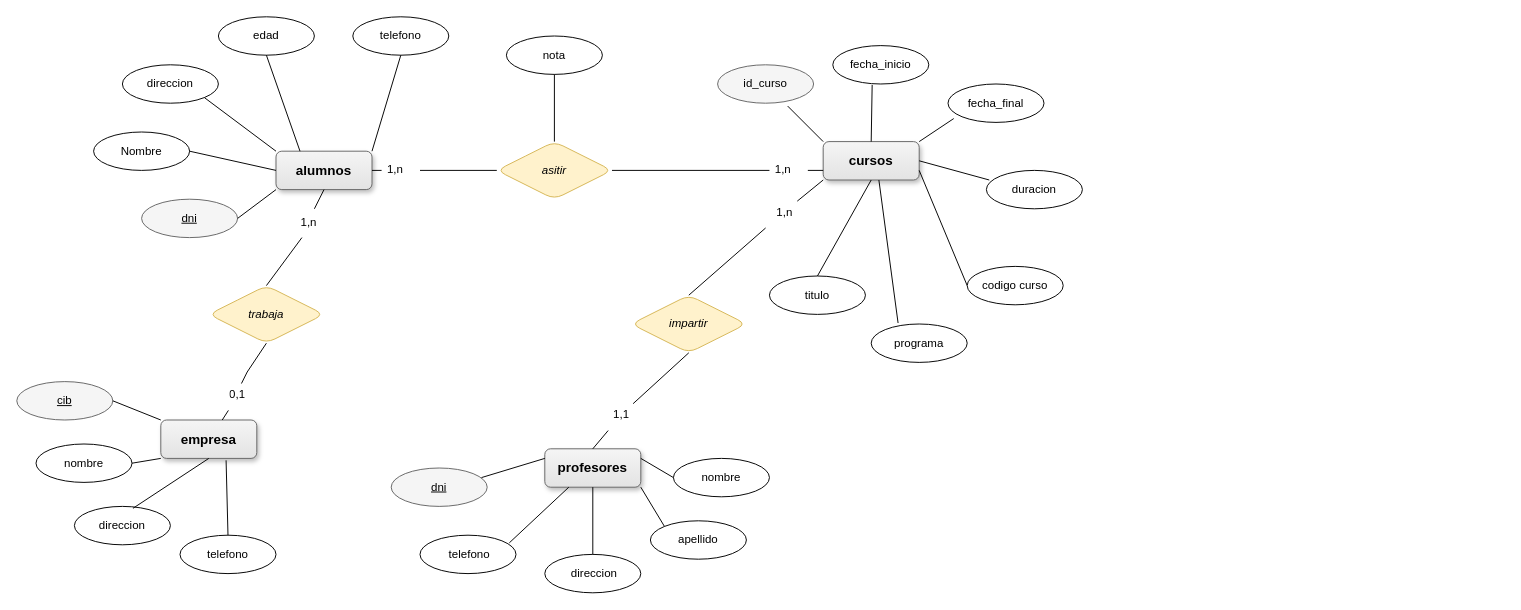
The draw.io diagram Actividad_02_C3_UD12.drawio in jordimall/jmg-tsys-ta12diagramasER-drawio-111023, before the edit. Source tidied: cells renumbered, new cells numbered last; positions are measured from the earlier drawing's top-left corner, leaving out a move shared by most shapes. Both pictures are drawn from the tidied source at 96%, with x=0, y=0 at pixel (16, 16).
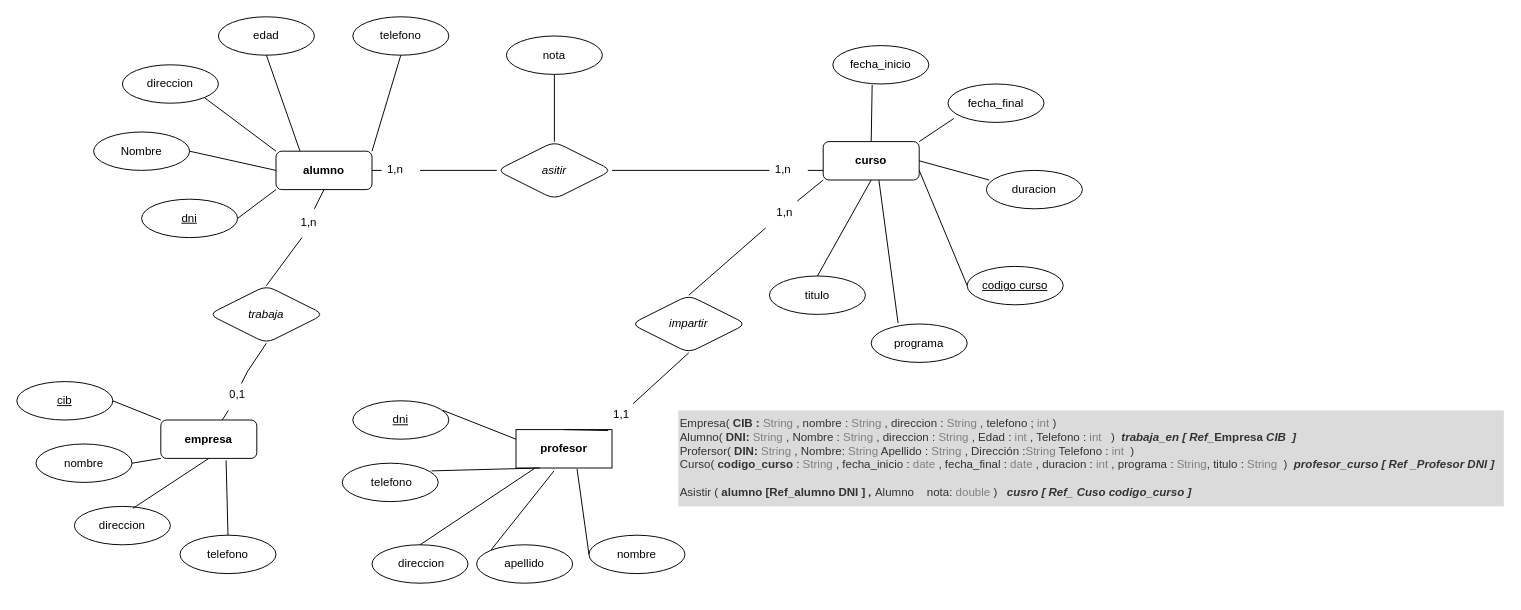
Above is the later version.

Commit message:
Se añade modelo relacional.drawio

Diff of the diagram source:
```diff
@@
-    <mxCell id="2" value="cursos" style="whiteSpace=wrap;html=1;align=center;labelBorderColor=none;rounded=1;shadow=1;fontSize=14;fontStyle=1;fillColor=#f5f5f5;gradientColor=#e3e3e3;strokeColor=#666666;" parent="1" vertex="1">
+    <mxCell id="2" value="curso" style="whiteSpace=wrap;html=1;align=center;labelBorderColor=none;rounded=1;shadow=0;fontSize=12;fontStyle=1;fillColor=none;" parent="1" vertex="1">
       <mxGeometry x="840" y="130" width="100" height="40" as="geometry" />
     </mxCell>
-    <mxCell id="3" value="alumnos" style="whiteSpace=wrap;html=1;align=center;labelBorderColor=none;rounded=1;shadow=1;fontSize=14;fontStyle=1;fillColor=#f5f5f5;gradientColor=#e3e3e3;strokeColor=#666666;" parent="1" vertex="1">
+    <mxCell id="3" value="alumno" style="whiteSpace=wrap;html=1;align=center;labelBorderColor=none;rounded=1;shadow=0;fontSize=12;fontStyle=1;fillColor=none;" parent="1" vertex="1">
       <mxGeometry x="270" y="140" width="100" height="40" as="geometry" />
     </mxCell>
-    <mxCell id="4" value="empresa" style="whiteSpace=wrap;html=1;align=center;labelBorderColor=none;rounded=1;shadow=1;fontSize=14;fontStyle=1;fillColor=#f5f5f5;gradientColor=#e3e3e3;strokeColor=#666666;" parent="1" vertex="1">
+    <mxCell id="4" value="empresa" style="whiteSpace=wrap;html=1;align=center;labelBorderColor=none;rounded=1;shadow=0;fontSize=12;fontStyle=1;fillColor=none;" parent="1" vertex="1">
       <mxGeometry x="150" y="420" width="100" height="40" as="geometry" />
     </mxCell>
-    <mxCell id="5" value="profesores" style="whiteSpace=wrap;html=1;align=center;labelBorderColor=none;rounded=1;shadow=1;fontSize=14;fontStyle=1;fillColor=#f5f5f5;gradientColor=#e3e3e3;strokeColor=#666666;" parent="1" vertex="1">
-      <mxGeometry x="550" y="450" width="100" height="40" as="geometry" />
+    <mxCell id="5" value="profesor" style="whiteSpace=wrap;html=1;align=center;labelBorderColor=none;rounded=0;shadow=0;fontSize=12;fontStyle=1;fillColor=none;" parent="1" vertex="1">
+      <mxGeometry x="520" y="430" width="100" height="40" as="geometry" />
     </mxCell>
@@
-    <mxCell id="7" value="dni" style="ellipse;whiteSpace=wrap;html=1;align=center;fontStyle=4;fillColor=#f5f5f5;strokeColor=#666666;" parent="1" vertex="1">
+    <mxCell id="7" value="dni" style="ellipse;whiteSpace=wrap;html=1;align=center;fontStyle=4;fillColor=none;shadow=0;" parent="1" vertex="1">
       <mxGeometry x="130" y="190" width="100" height="40" as="geometry" />
     </mxCell>
@@
-    <mxCell id="12" value="cib" style="ellipse;whiteSpace=wrap;html=1;align=center;fontStyle=4;fillColor=#f5f5f5;strokeColor=#666666;" parent="1" vertex="1">
+    <mxCell id="12" value="cib" style="ellipse;whiteSpace=wrap;html=1;align=center;fontStyle=4;fillColor=none;shadow=0;" parent="1" vertex="1">
       <mxGeometry y="380" width="100" height="40" as="geometry" />
     </mxCell>
@@
-    <mxCell id="16" value="dni" style="ellipse;whiteSpace=wrap;html=1;align=center;fontStyle=4;fillColor=#f5f5f5;strokeColor=#666666;" parent="1" vertex="1">
-      <mxGeometry x="390" y="470" width="100" height="40" as="geometry" />
+    <mxCell id="16" value="dni" style="ellipse;whiteSpace=wrap;html=1;align=center;fontStyle=4;fillColor=none;shadow=0;" parent="1" vertex="1">
+      <mxGeometry x="350" y="400" width="100" height="40" as="geometry" />
     </mxCell>
@@
-    <mxCell id="19" value="nombre" style="ellipse;whiteSpace=wrap;html=1;align=center;" parent="1" vertex="1">
-      <mxGeometry x="684" y="460" width="100" height="40" as="geometry" />
+    <mxCell id="19" value="nombre" style="ellipse;whiteSpace=wrap;html=1;align=center;fillColor=none;shadow=0;" parent="1" vertex="1">
+      <mxGeometry x="596" y="540" width="100" height="40" as="geometry" />
     </mxCell>
-    <mxCell id="20" value="apellido" style="ellipse;whiteSpace=wrap;html=1;align=center;" parent="1" vertex="1">
-      <mxGeometry x="660" y="525" width="100" height="40" as="geometry" />
+    <mxCell id="20" value="apellido" style="ellipse;whiteSpace=wrap;html=1;align=center;fillColor=none;shadow=0;" parent="1" vertex="1">
+      <mxGeometry x="479" y="550" width="100" height="40" as="geometry" />
     </mxCell>
-    <mxCell id="21" value="&amp;nbsp;direccion" style="ellipse;whiteSpace=wrap;html=1;align=center;" parent="1" vertex="1">
-      <mxGeometry x="550" y="560" width="100" height="40" as="geometry" />
+    <mxCell id="21" value="&amp;nbsp;direccion" style="ellipse;whiteSpace=wrap;html=1;align=center;fillColor=none;shadow=0;" parent="1" vertex="1">
+      <mxGeometry x="370" y="550" width="100" height="40" as="geometry" />
     </mxCell>
-    <mxCell id="22" value="&amp;nbsp;telefono" style="ellipse;whiteSpace=wrap;html=1;align=center;" parent="1" vertex="1">
-      <mxGeometry x="420" y="540" width="100" height="40" as="geometry" />
+    <mxCell id="22" value="&amp;nbsp;telefono" style="ellipse;whiteSpace=wrap;html=1;align=center;fillColor=none;shadow=0;" parent="1" vertex="1">
+      <mxGeometry x="339" y="465" width="100" height="40" as="geometry" />
     </mxCell>
-    <mxCell id="23" value="asitir" style="shape=rhombus;perimeter=rhombusPerimeter;whiteSpace=wrap;html=1;align=center;fillColor=#fff2cc;strokeColor=#d6b656;rounded=1;fontStyle=2;" parent="1" vertex="1">
+    <mxCell id="23" value="asitir" style="shape=rhombus;perimeter=rhombusPerimeter;whiteSpace=wrap;html=1;align=center;rounded=1;fontStyle=2;fillColor=none;shadow=0;" parent="1" vertex="1">
       <mxGeometry x="500" y="130" width="120" height="60" as="geometry" />
     </mxCell>
@@
-    <mxCell id="28" value="id_curso" style="ellipse;whiteSpace=wrap;html=1;align=center;fillColor=#f5f5f5;strokeColor=#666666;" parent="1" vertex="1">
-      <mxGeometry x="730" y="50" width="100" height="40" as="geometry" />
-    </mxCell>
-    <mxCell id="29" value="impartir" style="shape=rhombus;perimeter=rhombusPerimeter;whiteSpace=wrap;html=1;align=center;fillColor=#fff2cc;strokeColor=#d6b656;rounded=1;fontStyle=2;" parent="1" vertex="1">
+    <mxCell id="29" value="impartir" style="shape=rhombus;perimeter=rhombusPerimeter;whiteSpace=wrap;html=1;align=center;rounded=1;fontStyle=2;fillColor=none;shadow=0;" parent="1" vertex="1">
       <mxGeometry x="640" y="290" width="120" height="60" as="geometry" />
     </mxCell>
@@
-    <mxCell id="37" style="endArrow=none;html=1;rounded=0;entryX=0;entryY=0;entryDx=0;entryDy=0;exitX=1;exitY=1;exitDx=0;exitDy=0;" parent="1" edge="1" source="5" target="20">
+    <mxCell id="37" style="endArrow=none;html=1;rounded=0;entryX=0;entryY=0;entryDx=0;entryDy=0;exitX=0.396;exitY=1.075;exitDx=0;exitDy=0;exitPerimeter=0;" parent="1" edge="1" source="5" target="20">
       <mxGeometry relative="1" as="geometry" />
     </mxCell>
-    <mxCell id="38" style="endArrow=none;html=1;rounded=0;exitX=1;exitY=0.25;exitDx=0;exitDy=0;entryX=0;entryY=0.5;entryDx=0;entryDy=0;" parent="1" edge="1" source="5" target="19">
+    <mxCell id="38" style="endArrow=none;html=1;rounded=0;exitX=0.636;exitY=1.025;exitDx=0;exitDy=0;entryX=0;entryY=0.5;entryDx=0;entryDy=0;exitPerimeter=0;" parent="1" edge="1" source="5" target="19">
       <mxGeometry relative="1" as="geometry" />
     </mxCell>
@@
-    <mxCell id="43" style="endArrow=none;html=1;rounded=0;entryX=0;entryY=0;entryDx=0;entryDy=0;exitX=0.73;exitY=1.075;exitDx=0;exitDy=0;exitPerimeter=0;" parent="1" edge="1" source="28" target="2">
-      <mxGeometry relative="1" as="geometry" />
-    </mxCell>
@@
-    <mxCell id="55" value="trabaja" style="shape=rhombus;perimeter=rhombusPerimeter;whiteSpace=wrap;html=1;align=center;fillColor=#fff2cc;strokeColor=#d6b656;rounded=1;fontStyle=2;" parent="1" vertex="1">
+    <mxCell id="55" value="trabaja" style="shape=rhombus;perimeter=rhombusPerimeter;whiteSpace=wrap;html=1;align=center;rounded=1;fontStyle=2;fillColor=none;shadow=0;" parent="1" vertex="1">
       <mxGeometry x="200" y="280" width="120" height="60" as="geometry" />
     </mxCell>
@@
-    <mxCell id="70" value="codigo curso" style="ellipse;whiteSpace=wrap;html=1;align=center;" parent="1" vertex="1">
+    <mxCell id="70" value="&lt;u&gt;codigo curso&lt;/u&gt;" style="ellipse;whiteSpace=wrap;html=1;align=center;" parent="1" vertex="1">
       <mxGeometry x="990" y="260" width="100" height="40" as="geometry" />
     </mxCell>
+    <mxCell id="71" value="Empresa( &lt;b&gt;CIB : &lt;/b&gt;&lt;font style=&quot;&quot; color=&quot;#808080&quot;&gt;String&lt;/font&gt; , nombre : &lt;font color=&quot;#808080&quot;&gt;String&lt;/font&gt; , direccion : &lt;font color=&quot;#808080&quot;&gt;String&lt;/font&gt; , telefono ; &lt;font color=&quot;#808080&quot;&gt;int&lt;/font&gt; )&lt;br&gt;Alumno( &lt;b&gt;DNI:&lt;/b&gt; &lt;font style=&quot;&quot; color=&quot;#808080&quot;&gt;String&lt;/font&gt; , Nombre : &lt;font color=&quot;#808080&quot;&gt;String&lt;/font&gt; , direccion : &lt;font color=&quot;#808080&quot;&gt;String&lt;/font&gt; , Edad : &lt;font color=&quot;#808080&quot;&gt;int&lt;/font&gt; , Telefono : &lt;font color=&quot;#808080&quot;&gt;int &lt;/font&gt;&amp;nbsp; )&amp;nbsp;&lt;b&gt; &lt;/b&gt;&lt;b style=&quot;&quot;&gt;&lt;i&gt;trabaja_en [ Ref_&lt;/i&gt;Empresa&lt;i&gt; CIB&amp;nbsp; ]&lt;/i&gt;&lt;/b&gt;&lt;br&gt;Profersor( &lt;b&gt;DIN: &lt;/b&gt;&lt;font color=&quot;#808080&quot;&gt;String&lt;/font&gt; , Nombre: &lt;font color=&quot;#808080&quot;&gt;String&lt;/font&gt; Apellido : &lt;font color=&quot;#808080&quot;&gt;String&lt;/font&gt; , Dirección :&lt;font color=&quot;#808080&quot;&gt;String&lt;/font&gt; Telefono :&lt;font color=&quot;#808080&quot;&gt; int&lt;/font&gt;&amp;nbsp; )&lt;br&gt;Curso(&lt;b&gt; codigo_curso&lt;/b&gt; : &lt;font color=&quot;#808080&quot;&gt;String&lt;/font&gt; , fecha_inicio : &lt;font color=&quot;#808080&quot;&gt;date&lt;/font&gt; , fecha_final : &lt;font color=&quot;#808080&quot;&gt;date&lt;/font&gt; , duracion : &lt;font color=&quot;#808080&quot;&gt;int&lt;/font&gt; , programa :&lt;font color=&quot;#808080&quot;&gt; String&lt;/font&gt;, titulo : &lt;font color=&quot;#808080&quot;&gt;String&amp;nbsp;&lt;/font&gt; )&amp;nbsp;&lt;i style=&quot;font-weight: bold;&quot;&gt;&amp;nbsp;profesor&lt;/i&gt;&lt;i style=&quot;border-color: var(--border-color);&quot;&gt;&lt;b&gt;_curso [ Ref _Profesor&lt;/b&gt;&amp;nbsp;&lt;b&gt;DNI ]&lt;/b&gt;&lt;/i&gt;&lt;br&gt;&lt;br&gt;Asistir (&amp;nbsp;&lt;b style=&quot;border-color: var(--border-color);&quot;&gt;&lt;span style=&quot;border-color: var(--border-color);&quot;&gt;alumno [Ref_alumno DNI ]&lt;i&gt; ,&amp;nbsp;&lt;/i&gt;&lt;/span&gt;&lt;/b&gt;Alumno&amp;nbsp; &amp;nbsp; nota: &lt;font color=&quot;#808080&quot;&gt;double&lt;/font&gt; )&amp;nbsp; &lt;i&gt;&lt;b&gt;&amp;nbsp;&lt;/b&gt;&lt;b style=&quot;border-color: var(--border-color);&quot;&gt;cusro [ Ref&lt;/b&gt;_&amp;nbsp;&lt;b style=&quot;border-color: var(--border-color);&quot;&gt;Cuso&lt;/b&gt;&amp;nbsp;&lt;b style=&quot;border-color: var(--border-color);&quot;&gt;codigo_curso ]&amp;nbsp;&lt;/b&gt;&lt;/i&gt;" style="text;html=1;strokeColor=none;fillColor=#dbdbdb;align=left;verticalAlign=top;whiteSpace=wrap;rounded=0;fontColor=#333333;horizontal=1;" parent="1" vertex="1">
+      <mxGeometry x="689" y="410" width="860" height="100" as="geometry" />
+    </mxCell>
```
